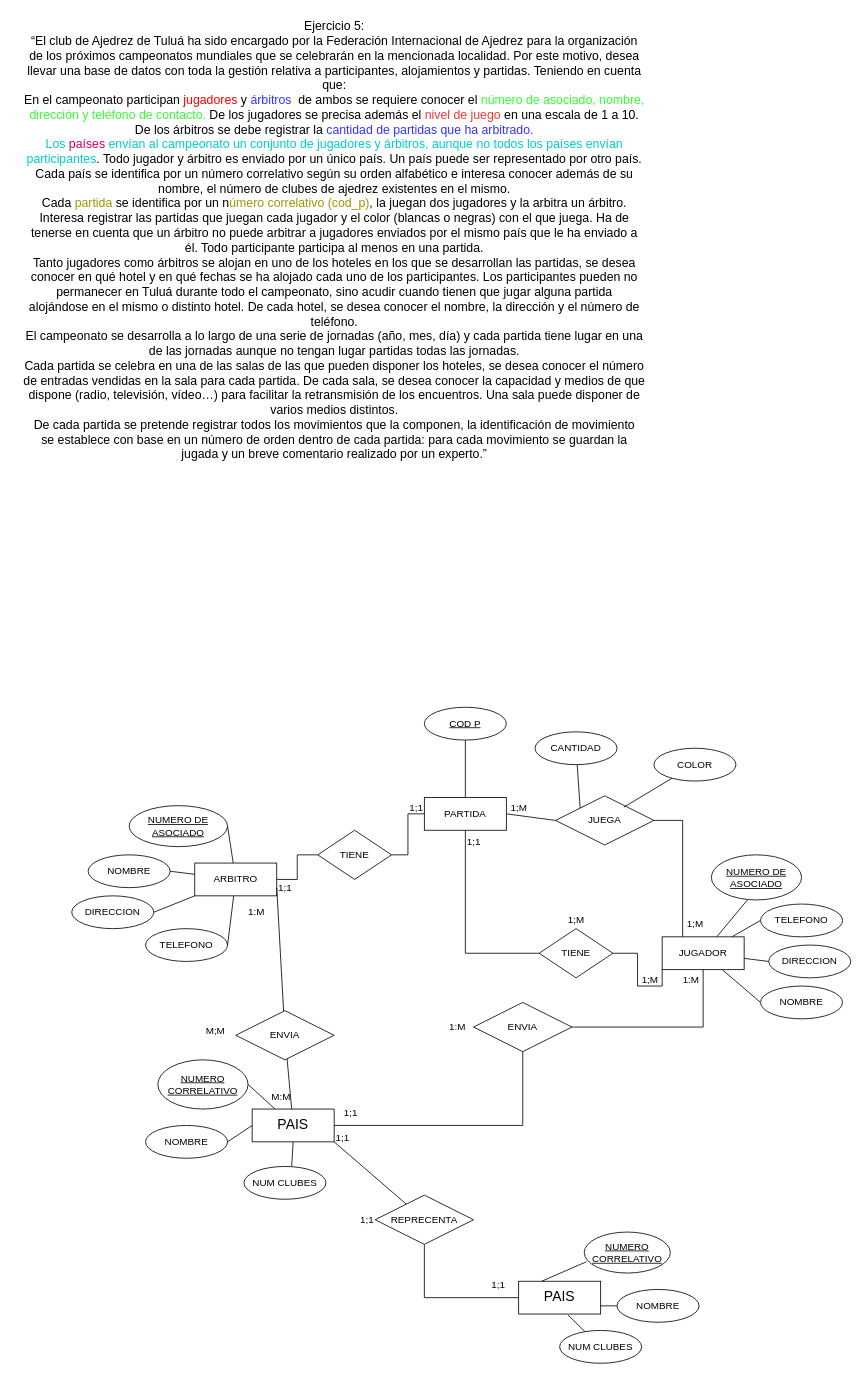
The draw.io diagram page "Page-1" (1 of 5) of Diagrama sin título.drawio in Cris25nkl/DIAGRAMS_BD, before the edit. Source tidied: cells renumbered, new cells numbered last; positions are measured from the earlier drawing's top-left corner, leaving out a move shared by most shapes. Both pictures are drawn from the tidied source at 82%, with x=0, y=0 at pixel (14, 14).
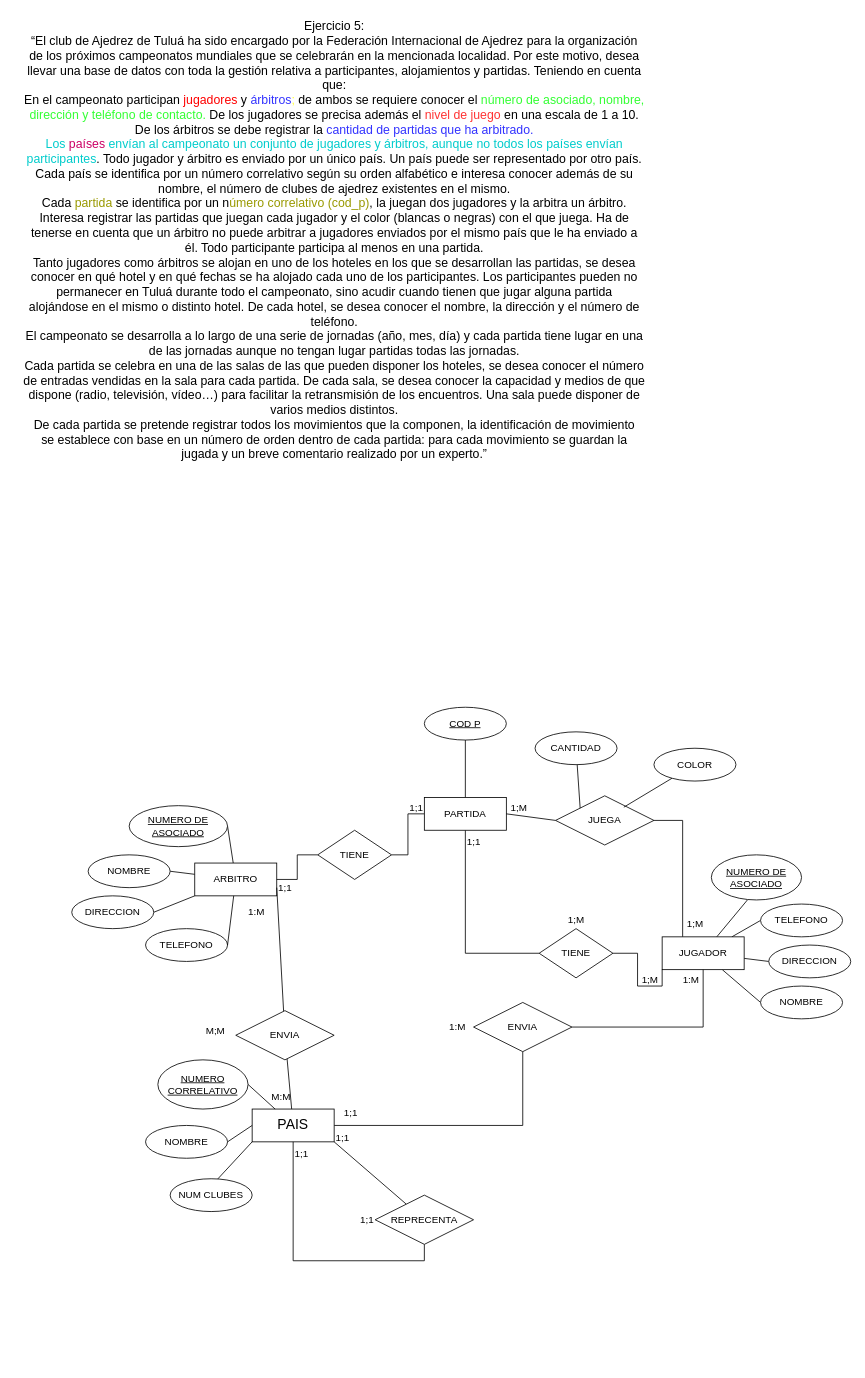
The same diagram, later.

The change refers to these unchanged cells:
```xml
<mxCell id="23" value="&lt;font style=&quot;font-size: 17px;&quot;&gt;&lt;font style=&quot;font-size: 17px;&quot;&gt;PA&lt;/font&gt;IS&lt;/font&gt;" style="whiteSpace=wrap;html=1;align=center;labelBackgroundColor=none;" parent="1" vertex="1">
  <mxGeometry x="290" y="1335" width="100" height="40" as="geometry" />
</mxCell>
<mxCell id="50" value="REPRECENTA" style="shape=rhombus;perimeter=rhombusPerimeter;whiteSpace=wrap;html=1;align=center;labelBackgroundColor=none;" parent="1" vertex="1">
  <mxGeometry x="440" y="1440" width="120" height="60" as="geometry" />
</mxCell>
```

Diff of the diagram source:
```diff
@@
-    <mxCell id="26" style="rounded=0;jettySize=auto;html=1;entryX=0.582;entryY=0.003;entryDx=0;entryDy=0;endArrow=none;endFill=0;labelBackgroundColor=none;fontColor=default;exitX=0.5;exitY=1;exitDx=0;exitDy=0;entryPerimeter=0;" parent="1" edge="1" source="23" target="28">
+    <mxCell id="26" style="rounded=0;jettySize=auto;html=1;entryX=0.582;entryY=0.003;entryDx=0;entryDy=0;endArrow=none;endFill=0;labelBackgroundColor=none;fontColor=default;exitX=0;exitY=1;exitDx=0;exitDy=0;entryPerimeter=0;" parent="1" edge="1" source="23" target="28">
       <mxGeometry relative="1" as="geometry" />
     </mxCell>
@@
     <mxCell id="28" value="NUM CLUBES" style="ellipse;whiteSpace=wrap;html=1;align=center;labelBackgroundColor=none;" parent="1" vertex="1">
-      <mxGeometry x="280" y="1405" width="100" height="40" as="geometry" />
+      <mxGeometry x="190" y="1420" width="100" height="40" as="geometry" />
     </mxCell>
@@
-    <mxCell id="41" style="edgeStyle=orthogonalEdgeStyle;rounded=0;jettySize=auto;html=1;entryX=0.5;entryY=1;entryDx=0;entryDy=0;endArrow=none;endFill=0;" parent="1" edge="1" source="42" target="50">
+    <mxCell id="41" style="edgeStyle=orthogonalEdgeStyle;rounded=0;jettySize=auto;html=1;entryX=0.5;entryY=1;entryDx=0;entryDy=0;endArrow=none;endFill=0;exitX=0.5;exitY=1;exitDx=0;exitDy=0;" parent="1" edge="1" source="23" target="50">
       <mxGeometry relative="1" as="geometry" />
     </mxCell>
-    <mxCell id="42" value="&lt;font style=&quot;font-size: 17px;&quot;&gt;&lt;font style=&quot;font-size: 17px;&quot;&gt;PA&lt;/font&gt;IS&lt;/font&gt;" style="whiteSpace=wrap;html=1;align=center;labelBackgroundColor=none;" parent="1" vertex="1">
-      <mxGeometry x="615" y="1545" width="100" height="40" as="geometry" />
-    </mxCell>
-    <mxCell id="43" style="rounded=0;jettySize=auto;html=1;entryX=0.026;entryY=0.724;entryDx=0;entryDy=0;endArrow=none;endFill=0;labelBackgroundColor=none;fontColor=default;entryPerimeter=0;" parent="1" edge="1" target="48">
-      <mxGeometry relative="1" as="geometry">
-        <mxPoint x="643" y="1545" as="sourcePoint" />
-      </mxGeometry>
-    </mxCell>
-    <mxCell id="44" style="rounded=0;jettySize=auto;html=1;entryX=1;entryY=0.5;entryDx=0;entryDy=0;endArrow=none;endFill=0;labelBackgroundColor=none;fontColor=default;" parent="1" edge="1" target="45">
-      <mxGeometry relative="1" as="geometry">
-        <mxPoint x="715" y="1575" as="sourcePoint" />
-      </mxGeometry>
-    </mxCell>
-    <mxCell id="45" value="NOMBRE" style="ellipse;whiteSpace=wrap;html=1;align=center;labelBackgroundColor=none;" parent="1" vertex="1">
-      <mxGeometry x="735" y="1555" width="100" height="40" as="geometry" />
-    </mxCell>
-    <mxCell id="46" style="rounded=0;jettySize=auto;html=1;entryX=0.603;entryY=1.032;entryDx=0;entryDy=0;entryPerimeter=0;endArrow=none;endFill=0;" parent="1" edge="1" source="47" target="42">
-      <mxGeometry relative="1" as="geometry" />
-    </mxCell>
-    <mxCell id="47" value="NUM CLUBES" style="ellipse;whiteSpace=wrap;html=1;align=center;labelBackgroundColor=none;" parent="1" vertex="1">
-      <mxGeometry x="665" y="1605" width="100" height="40" as="geometry" />
-    </mxCell>
-    <mxCell id="48" value="NUMERO CORRELATIVO" style="ellipse;whiteSpace=wrap;html=1;align=center;fontStyle=4;labelBackgroundColor=none;" parent="1" vertex="1">
-      <mxGeometry x="695" y="1485" width="105" height="50" as="geometry" />
-    </mxCell>
@@
     <mxCell id="51" value="1;1" style="text;html=1;align=center;verticalAlign=middle;strokeColor=none;fillColor=none;" parent="1" vertex="1">
-      <mxGeometry x="570" y="1535" width="40" height="30" as="geometry" />
+      <mxGeometry x="330" y="1375" width="40" height="30" as="geometry" />
     </mxCell>
```
